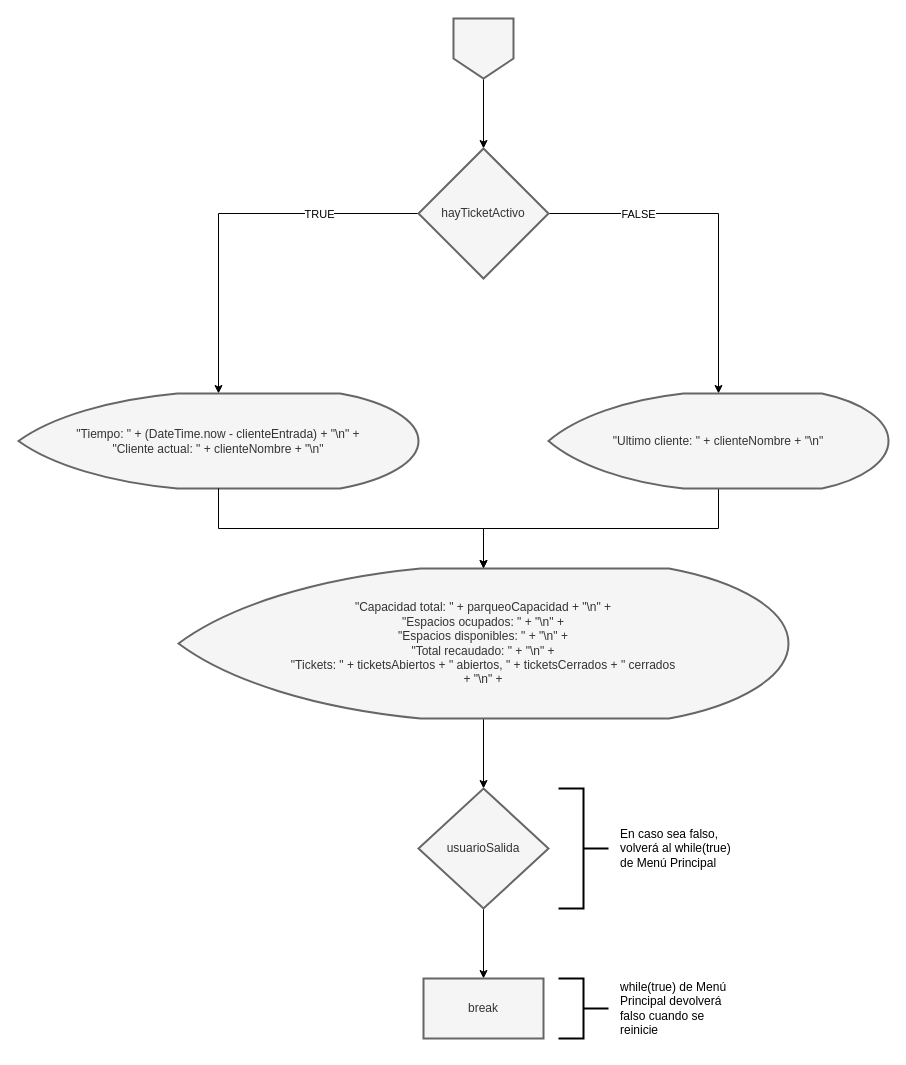
This is page "Mostrar Estado" (4 of 6) of docs/Graficos.drawio from xrmerida/SmartPark, a draw.io file, before an edit. Source tidied: cells renumbered, new cells numbered last; positions are measured from the earlier drawing's top-left corner, leaving out a move shared by most shapes. Both pictures are drawn from the tidied source at 100%, with x=0, y=0 at pixel (18, 18).
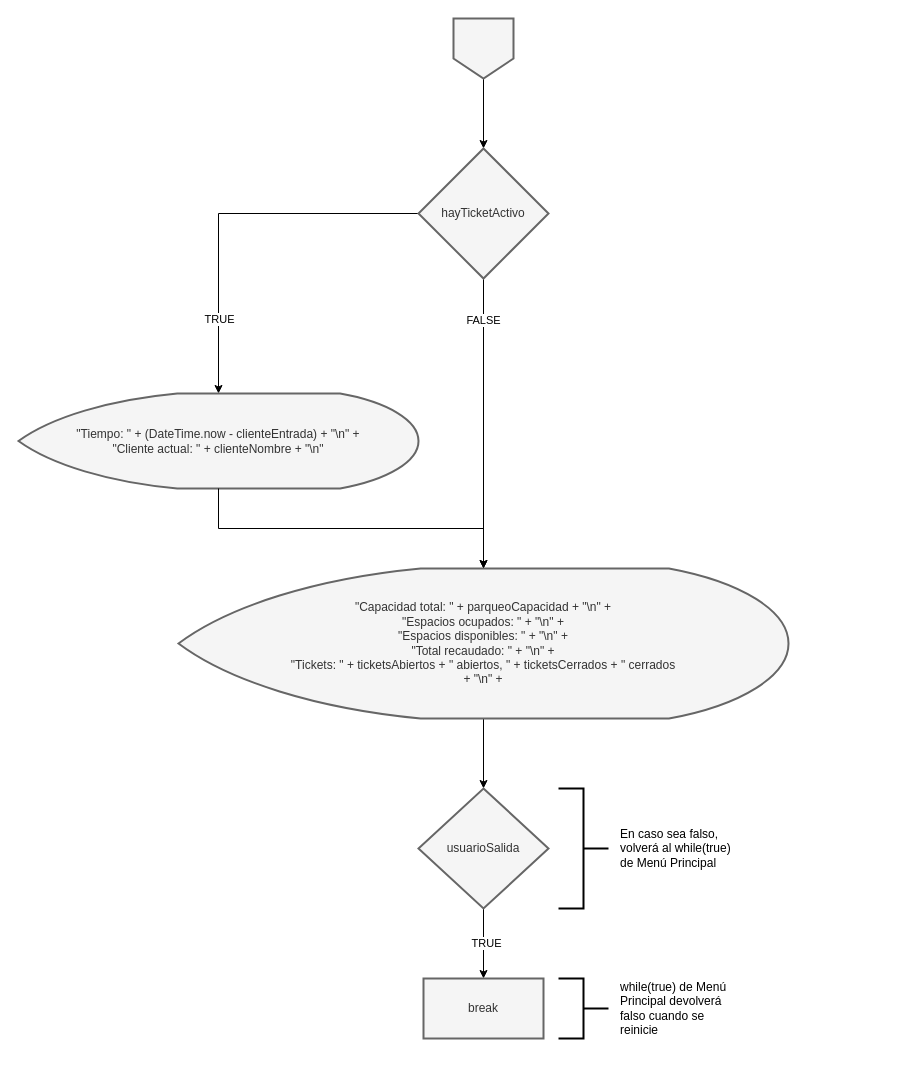
The same diagram, later.

Unchanged cells that the change refers to:
```xml
<mxCell id="4" style="edgeStyle=orthogonalEdgeStyle;rounded=0;jettySize=auto;html=1;exitX=0;exitY=0.5;exitDx=0;exitDy=0;" parent="1" edge="1" source="8" target="9">
  <mxGeometry relative="1" as="geometry" />
</mxCell>
<mxCell id="8" value="hayTicketActivo" style="rhombus;whiteSpace=wrap;html=1;fillColor=#f5f5f5;strokeColor=#666666;fontColor=#333333;rounded=0;strokeWidth=2;" parent="1" vertex="1">
  <mxGeometry x="400" y="130" width="130" height="130" as="geometry" />
</mxCell>
<mxCell id="13" value="&lt;div&gt;&quot;Capacidad total: &quot; + parqueoCapacidad + &quot;\n&quot; +&lt;/div&gt;&lt;div&gt;&quot;Espacios ocupados: &quot; + &quot;\n&quot; +&lt;/div&gt;&lt;div&gt;&quot;Espacios disponibles: &quot; + &quot;\n&quot; +&lt;/div&gt;&lt;div&gt;&quot;Total recaudado: &quot; + &quot;\n&quot; +&lt;/div&gt;&lt;div&gt;&quot;Tickets: &quot; + ticketsAbiertos + &quot; abiertos, &quot; + ticketsCerrados + &quot; cerrados&lt;/div&gt;&lt;div&gt; + &quot;\n&quot; +&lt;/div&gt;" style="strokeWidth=2;html=1;shape=mxgraph.flowchart.display;whiteSpace=wrap;fillColor=#f5f5f5;fontColor=#333333;strokeColor=#666666;verticalAlign=middle;labelPosition=center;verticalLabelPosition=middle;align=center;" parent="1" vertex="1">
  <mxGeometry x="160" y="550" width="610" height="150" as="geometry" />
</mxCell>
<mxCell id="15" style="edgeStyle=orthogonalEdgeStyle;rounded=0;jettySize=auto;html=1;" parent="1" edge="1" source="16" target="19">
  <mxGeometry relative="1" as="geometry" />
</mxCell>
```

Diff of the diagram source:
```diff
@@
     <mxCell id="5" value="TRUE" style="edgeLabel;html=1;align=center;verticalAlign=middle;" parent="4" vertex="1">
       <mxGeometry x="-0.77" y="-3" relative="1" as="geometry">
-        <mxPoint x="-56" y="3" as="offset" />
+        <mxPoint x="-156" y="108" as="offset" />
       </mxGeometry>
     </mxCell>
-    <mxCell id="6" style="edgeStyle=orthogonalEdgeStyle;rounded=0;jettySize=auto;html=1;exitX=1;exitY=0.5;exitDx=0;exitDy=0;" parent="1" edge="1" source="8" target="11">
-      <mxGeometry relative="1" as="geometry" />
-    </mxCell>
+    <mxCell id="22" style="edgeStyle=orthogonalEdgeStyle;rounded=0;jettySize=auto;html=1;exitX=0.5;exitY=1;exitDx=0;exitDy=0;" parent="1" edge="1" source="8" target="13">
+      <mxGeometry relative="1" as="geometry" />
+    </mxCell>
-    <mxCell id="7" value="FALSE" style="edgeLabel;html=1;align=center;verticalAlign=middle;" parent="6" vertex="1">
-      <mxGeometry x="-0.33" y="-1" relative="1" as="geometry">
-        <mxPoint x="-28" y="-1" as="offset" />
-      </mxGeometry>
+    <mxCell id="7" value="FALSE" style="edgeLabel;html=1;align=center;verticalAlign=middle;" parent="22" vertex="1">
+      <mxGeometry x="-0.72" y="-1" relative="1" as="geometry" />
     </mxCell>
@@
-    <mxCell id="10" style="edgeStyle=orthogonalEdgeStyle;rounded=0;jettySize=auto;html=1;exitX=0.5;exitY=1;exitDx=0;exitDy=0;exitPerimeter=0;" parent="1" edge="1" source="11" target="13">
-      <mxGeometry relative="1" as="geometry" />
-    </mxCell>
-    <mxCell id="11" value="&quot;Ultimo cliente: &quot; + clienteNombre + &quot;\n&quot;" style="strokeWidth=2;html=1;shape=mxgraph.flowchart.display;whiteSpace=wrap;fillColor=#f5f5f5;fontColor=#333333;strokeColor=#666666;verticalAlign=middle;labelPosition=center;verticalLabelPosition=middle;align=center;" parent="1" vertex="1">
-      <mxGeometry x="530" y="375" width="340" height="95" as="geometry" />
-    </mxCell>
@@
+    <mxCell id="23" value="TRUE" style="edgeLabel;html=1;align=center;verticalAlign=middle;" parent="15" vertex="1">
+      <mxGeometry x="-0.07" y="2" relative="1" as="geometry">
+        <mxPoint y="1" as="offset" />
+      </mxGeometry>
+    </mxCell>
```
